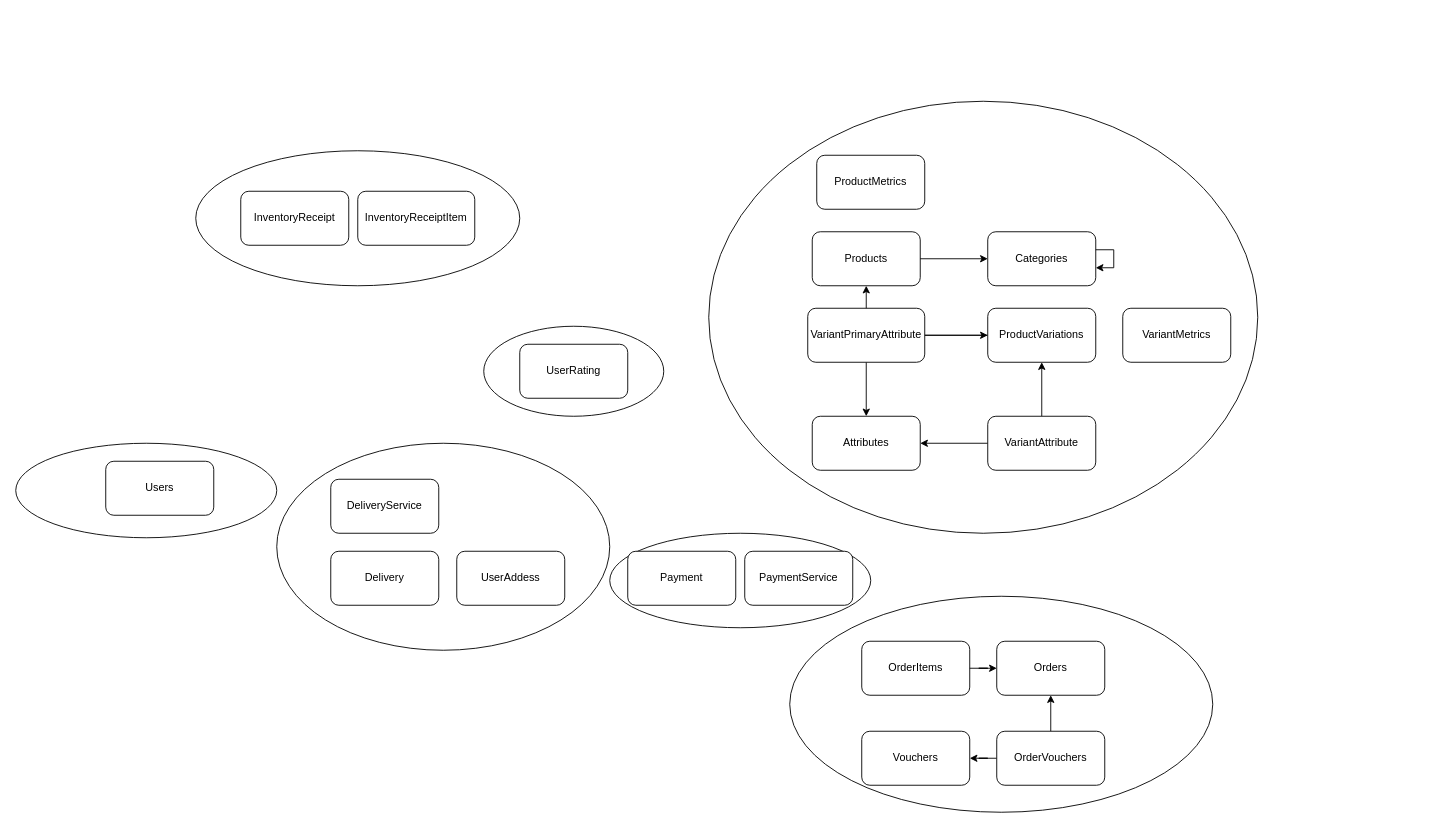
cvtai02/TiniTech keeps this draw.io diagram as docs/ContextBoundary.drawio. Above is the earlier version. Source tidied: cells renumbered, new cells numbered last; positions are measured from the earlier drawing's top-left corner, leaving out a move shared by most shapes. Both pictures are drawn from the tidied source at 90%, with x=0, y=0 at pixel (15, 101).
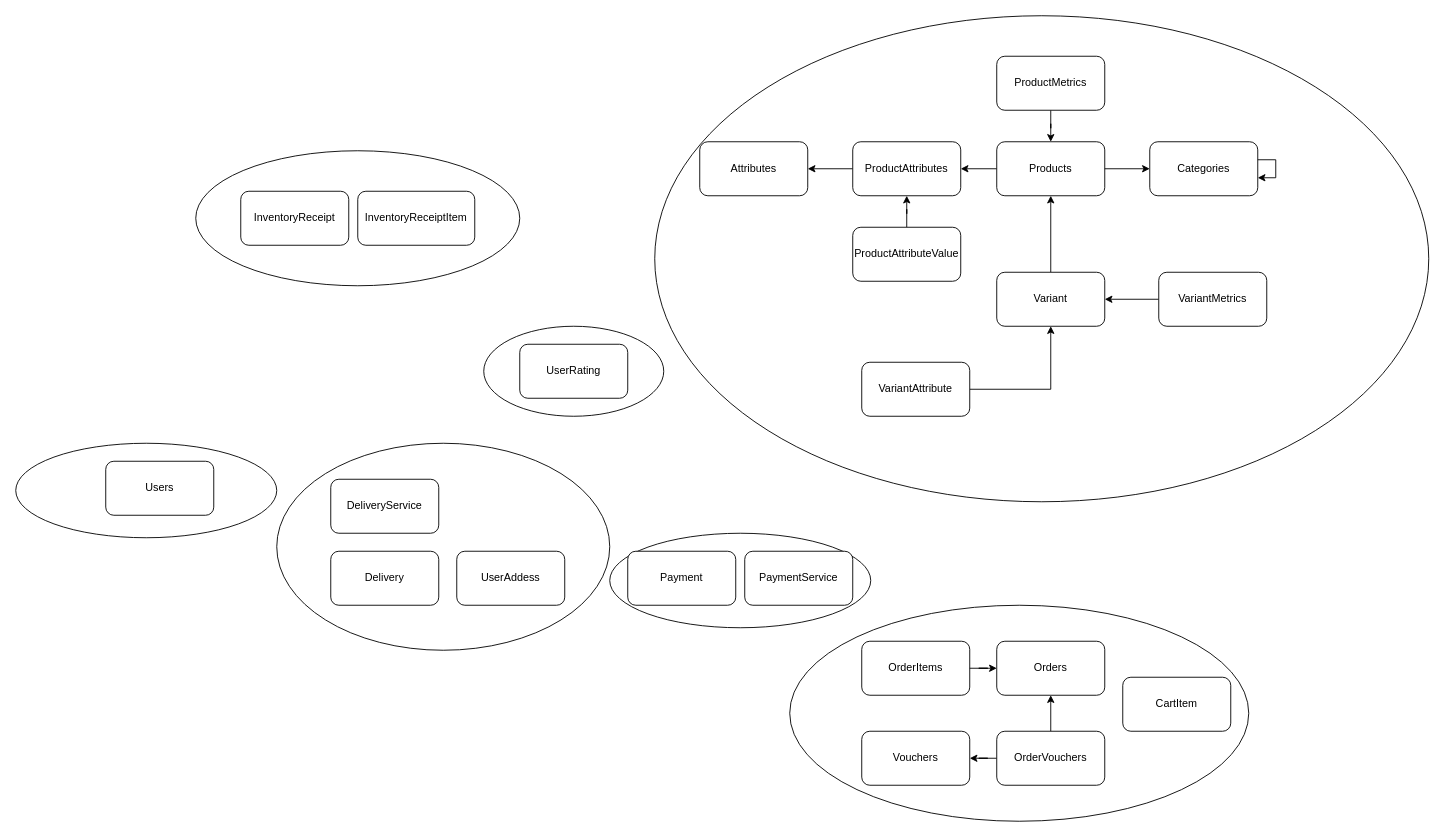
The same diagram, later.

Diff of the diagram source:
```diff
@@
     <mxCell id="7" style="ellipse;whiteSpace=wrap;html=1;" parent="1" vertex="1">
-      <mxGeometry x="770" width="610" height="480" as="geometry" />
+      <mxGeometry x="710" y="-95" width="860" height="540" as="geometry" />
     </mxCell>
+    <mxCell id="40" style="edgeStyle=orthogonalEdgeStyle;rounded=0;jettySize=auto;html=1;" parent="1" edge="1" source="8" target="44">
+      <mxGeometry relative="1" as="geometry" />
+    </mxCell>
     <mxCell id="8" value="Products" style="rounded=1;whiteSpace=wrap;html=1;" parent="1" vertex="1">
-      <mxGeometry x="885" y="145" width="120" height="60" as="geometry" />
+      <mxGeometry x="1090" y="45" width="120" height="60" as="geometry" />
     </mxCell>
     <mxCell id="9" value="Categories" style="rounded=1;whiteSpace=wrap;html=1;" parent="1" vertex="1">
-      <mxGeometry x="1080" y="145" width="120" height="60" as="geometry" />
+      <mxGeometry x="1260" y="45" width="120" height="60" as="geometry" />
     </mxCell>
@@
-    <mxCell id="11" style="edgeStyle=orthogonalEdgeStyle;rounded=0;jettySize=auto;html=1;" parent="1" edge="1" source="12" target="19">
-      <mxGeometry relative="1" as="geometry" />
-    </mxCell>
     <mxCell id="12" value="VariantAttribute" style="rounded=1;whiteSpace=wrap;html=1;" parent="1" vertex="1">
-      <mxGeometry x="1080" y="350" width="120" height="60" as="geometry" />
+      <mxGeometry x="940" y="290" width="120" height="60" as="geometry" />
     </mxCell>
@@
-    <mxCell id="14" value="ProductVariations" style="rounded=1;whiteSpace=wrap;html=1;" parent="1" vertex="1">
-      <mxGeometry x="1080" y="230" width="120" height="60" as="geometry" />
+    <mxCell id="14" value="Variant" style="rounded=1;whiteSpace=wrap;html=1;" parent="1" vertex="1">
+      <mxGeometry x="1090" y="190" width="120" height="60" as="geometry" />
     </mxCell>
@@
-    <mxCell id="16" style="edgeStyle=orthogonalEdgeStyle;rounded=0;jettySize=auto;html=1;" parent="1" edge="1" source="18" target="14">
-      <mxGeometry relative="1" as="geometry" />
-    </mxCell>
-    <mxCell id="17" style="edgeStyle=orthogonalEdgeStyle;rounded=0;jettySize=auto;html=1;" parent="1" edge="1" source="18" target="19">
-      <mxGeometry relative="1" as="geometry" />
-    </mxCell>
-    <mxCell id="18" value="VariantPrimaryAttribute" style="rounded=1;whiteSpace=wrap;html=1;" parent="1" vertex="1">
-      <mxGeometry x="880" y="230" width="130" height="60" as="geometry" />
-    </mxCell>
     <mxCell id="19" value="Attributes" style="rounded=1;whiteSpace=wrap;html=1;" parent="1" vertex="1">
-      <mxGeometry x="885" y="350" width="120" height="60" as="geometry" />
+      <mxGeometry x="760" y="45" width="120" height="60" as="geometry" />
     </mxCell>
+    <mxCell id="41" style="edgeStyle=orthogonalEdgeStyle;rounded=0;jettySize=auto;html=1;" parent="1" edge="1" source="20" target="8">
+      <mxGeometry relative="1" as="geometry" />
+    </mxCell>
     <mxCell id="20" value="ProductMetrics" style="rounded=1;whiteSpace=wrap;html=1;" parent="1" vertex="1">
-      <mxGeometry x="890" y="60" width="120" height="60" as="geometry" />
+      <mxGeometry x="1090" y="-50" width="120" height="60" as="geometry" />
     </mxCell>
+    <mxCell id="42" style="edgeStyle=orthogonalEdgeStyle;rounded=0;jettySize=auto;html=1;" parent="1" edge="1" source="21" target="14">
+      <mxGeometry relative="1" as="geometry" />
+    </mxCell>
     <mxCell id="21" value="VariantMetrics" style="rounded=1;whiteSpace=wrap;html=1;" parent="1" vertex="1">
-      <mxGeometry x="1230" y="230" width="120" height="60" as="geometry" />
+      <mxGeometry x="1270" y="190" width="120" height="60" as="geometry" />
     </mxCell>
@@
     <mxCell id="29" style="ellipse;whiteSpace=wrap;html=1;" parent="1" vertex="1">
-      <mxGeometry x="860" y="550" width="470" height="240" as="geometry" />
+      <mxGeometry x="860" y="560" width="510" height="240" as="geometry" />
     </mxCell>
@@
+    <mxCell id="43" style="edgeStyle=orthogonalEdgeStyle;rounded=0;jettySize=auto;html=1;" parent="1" edge="1" source="44" target="19">
+      <mxGeometry relative="1" as="geometry" />
+    </mxCell>
+    <mxCell id="44" value="ProductAttributes" style="rounded=1;whiteSpace=wrap;html=1;" parent="1" vertex="1">
+      <mxGeometry x="930" y="45" width="120" height="60" as="geometry" />
+    </mxCell>
+    <mxCell id="45" style="edgeStyle=orthogonalEdgeStyle;rounded=0;jettySize=auto;html=1;" parent="1" edge="1" source="46" target="44">
+      <mxGeometry relative="1" as="geometry" />
+    </mxCell>
+    <mxCell id="46" value="ProductAttributeValue" style="rounded=1;whiteSpace=wrap;html=1;" parent="1" vertex="1">
+      <mxGeometry x="930" y="140" width="120" height="60" as="geometry" />
+    </mxCell>
+    <mxCell id="47" value="CartItem" style="rounded=1;whiteSpace=wrap;html=1;" parent="1" vertex="1">
+      <mxGeometry x="1230" y="640" width="120" height="60" as="geometry" />
+    </mxCell>
```
